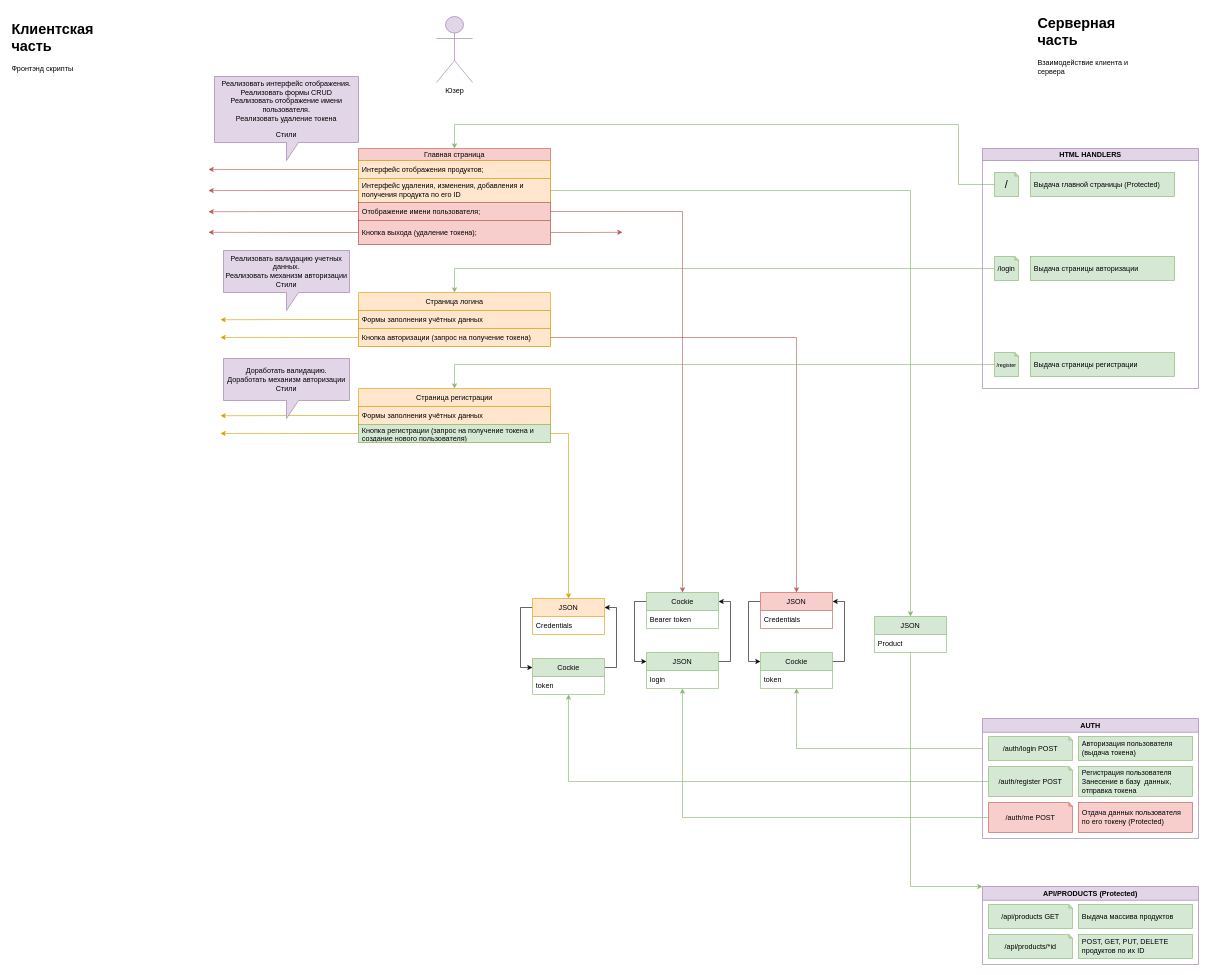
nzrsh/webapp keeps this draw.io diagram as Диаграмма без названия.drawio. Above is the earlier version. Source tidied: cells renumbered, new cells numbered last; positions are measured from the earlier drawing's top-left corner, leaving out a move shared by most shapes. Both pictures are drawn from the tidied source at 60%, with x=0, y=0 at pixel (10, 10).
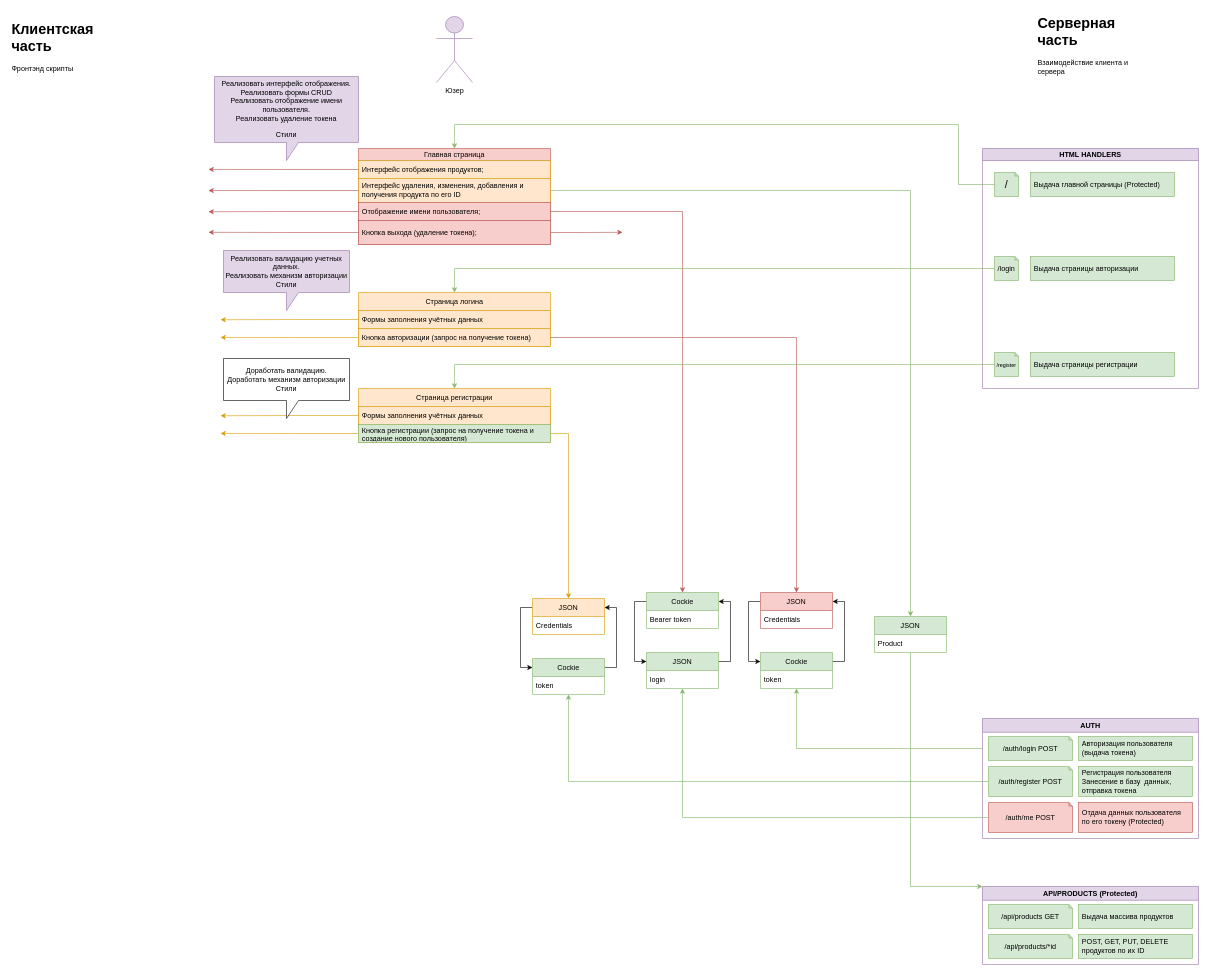
After the change.

Change to the diagram source:
```diff
@@
-    <mxCell id="79" value="&lt;div&gt;Доработать валидацию.&lt;br&gt;&lt;/div&gt;&lt;div&gt;Доработать механизм авторизации&lt;br&gt;&lt;/div&gt;&lt;div&gt;Стили&lt;br&gt;&lt;/div&gt;" style="shape=callout;whiteSpace=wrap;html=1;perimeter=calloutPerimeter;fillColor=#e1d5e7;strokeColor=#9673a6;" parent="1" vertex="1">
+    <mxCell id="79" value="&lt;div&gt;Доработать валидацию.&lt;br&gt;&lt;/div&gt;&lt;div&gt;Доработать механизм авторизации&lt;br&gt;&lt;/div&gt;&lt;div&gt;Стили&lt;br&gt;&lt;/div&gt;" style="shape=callout;whiteSpace=wrap;html=1;perimeter=calloutPerimeter;" parent="1" vertex="1">
       <mxGeometry x="355" y="580" width="210" height="100" as="geometry" />
     </mxCell>
```
